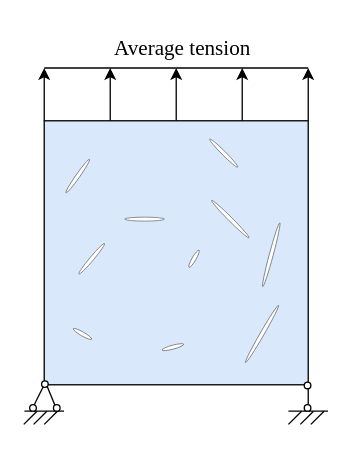
The draw.io diagram 结构.drawio in huapigudemilu/engineeringsoftware, before the edit. Source tidied: cells renumbered, new cells numbered last; positions are measured from the earlier drawing's top-left corner, leaving out a move shared by most shapes. Both pictures are drawn from the tidied source at 132%, with x=0, y=0 at pixel (22, 28).
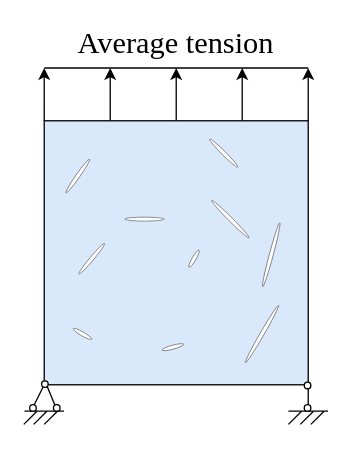
The same page after the edit.

What changed in the source:
```diff
@@
-    <mxCell id="35" value="&lt;span style=&quot;font-size: 16px; text-align: start; background-color: rgb(255, 255, 255);&quot;&gt;Average tension&lt;/span&gt;" style="text;html=1;align=center;verticalAlign=middle;whiteSpace=wrap;rounded=0;fontFamily=Times New Roman;" parent="1" vertex="1">
-      <mxGeometry x="46" width="150" height="30" as="geometry" />
+    <mxCell id="35" value="&lt;span style=&quot;text-align: start; background-color: rgb(255, 255, 255);&quot;&gt;&lt;font face=&quot;Times New Roman&quot; style=&quot;font-size: 23px;&quot;&gt;Average tension&lt;/font&gt;&lt;/span&gt;" style="text;html=1;align=center;verticalAlign=middle;whiteSpace=wrap;rounded=0;fontFamily=Times New Roman;" parent="1" vertex="1">
+      <mxGeometry x="21" y="-4" width="190" height="30" as="geometry" />
     </mxCell>
```
